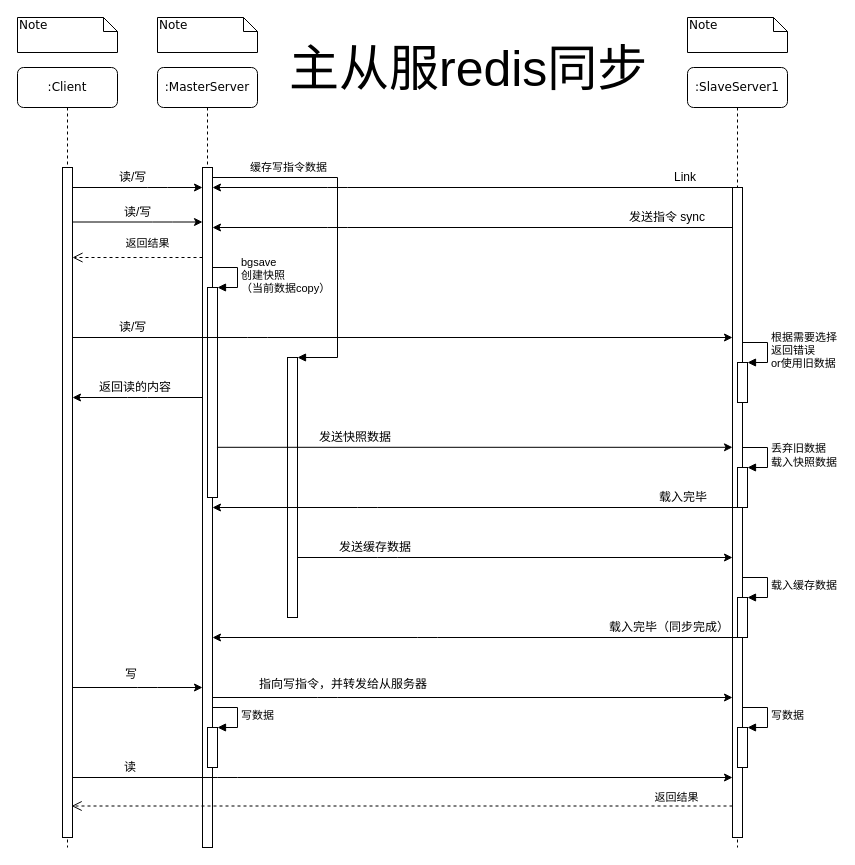
AllenGX/study_redis keeps this draw.io diagram as pic/sync.drawio. Above is the earlier version. Source tidied: cells renumbered, new cells numbered last; positions are measured from the earlier drawing's top-left corner, leaving out a move shared by most shapes. Both pictures are drawn from the tidied source at 100%, with x=0, y=0 at pixel (17, 17).
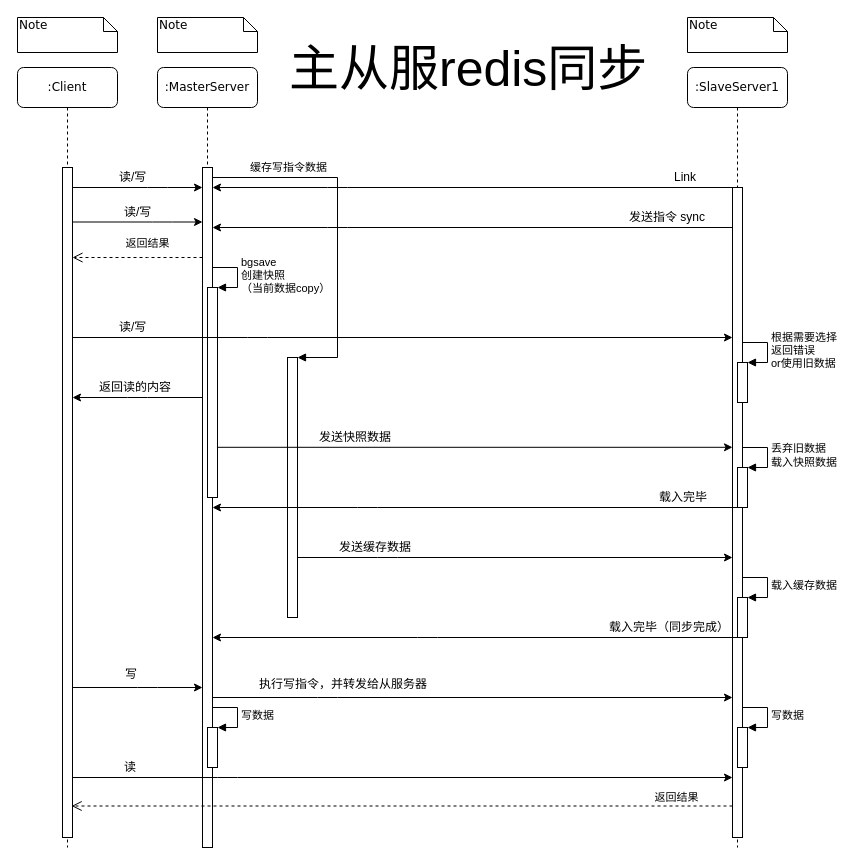
The same diagram, later.

Commit message (it also covers changes not shown here):
sync diagram

Diff of the diagram source:
```diff
@@
-    <mxCell id="48" value="指向写指令，并转发给从服务器" style="text;html=1;align=left;verticalAlign=top;spacingTop=-4;" parent="1" vertex="1">
+    <mxCell id="48" value="执行写指令，并转发给从服务器" style="text;html=1;align=left;verticalAlign=top;spacingTop=-4;" parent="1" vertex="1">
       <mxGeometry x="240" y="657" width="200" height="10" as="geometry" />
     </mxCell>
```
